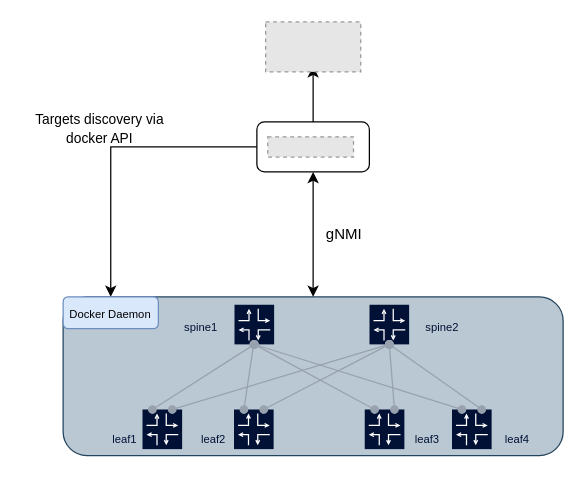
Earlier version of the draw.io diagram page "2.single_kafka" (2 of 5) of diagrams/clab_deployments.drawio (karimra/gnmic). Source tidied: cells renumbered, new cells numbered last; positions are measured from the earlier drawing's top-left corner, leaving out a move shared by most shapes. Both pictures are drawn from the tidied source at 125%, with x=0, y=0 at pixel (21, 21). Pictures stored in the file or linked from it are replaced by grey dashed boxes.
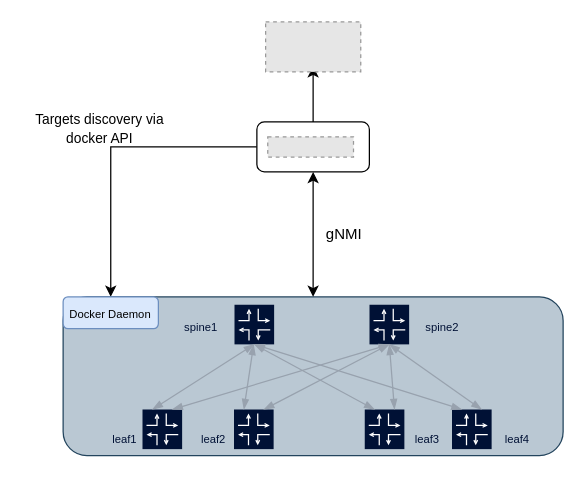
After the change.

Unchanged cells that the change refers to:
```xml
<mxCell id="8" style="group;" parent="1" vertex="1">
  <mxGeometry x="33" y="220" width="400" height="127" as="geometry" />
</mxCell>
<mxCell id="12" style="whiteSpace=wrap;html=1;fillColor=#001135;strokeColor=none;fontFamily=Manrope;" parent="11" vertex="1">
  <mxGeometry width="31.7" height="31.7" as="geometry" />
</mxCell>
<mxCell id="20" style="whiteSpace=wrap;html=1;fillColor=#001135;strokeColor=none;fontFamily=Manrope;" parent="19" vertex="1">
  <mxGeometry width="31.7" height="31.7" as="geometry" />
</mxCell>
<mxCell id="29" style="whiteSpace=wrap;html=1;fillColor=#001135;strokeColor=none;fontFamily=Manrope;" parent="28" vertex="1">
  <mxGeometry width="31.7" height="31.7" as="geometry" />
</mxCell>
<mxCell id="37" style="whiteSpace=wrap;html=1;fillColor=#001135;strokeColor=none;fontFamily=Manrope;" parent="36" vertex="1">
  <mxGeometry width="31.7" height="31.7" as="geometry" />
</mxCell>
<mxCell id="47" style="whiteSpace=wrap;html=1;fillColor=#001135;strokeColor=none;fontFamily=Manrope;" parent="46" vertex="1">
  <mxGeometry width="31.7" height="31.7" as="geometry" />
</mxCell>
<mxCell id="55" style="whiteSpace=wrap;html=1;fillColor=#001135;strokeColor=none;fontFamily=Manrope;" parent="54" vertex="1">
  <mxGeometry width="31.7" height="31.7" as="geometry" />
</mxCell>
```

The edit, as a diff of the source:
```diff
@@
-    <mxCell id="34" style="rounded=0;jettySize=auto;html=1;fontFamily=Manrope;fontSize=12;fontColor=#FFFFFF;endArrow=oval;endFill=1;startArrow=oval;startFill=1;entryX=0.25;entryY=0;entryDx=0;entryDy=0;strokeColor=#98A2AE;" parent="8" edge="1" target="20">
+    <mxCell id="34" style="rounded=0;jettySize=auto;html=1;fontFamily=Manrope;fontSize=12;fontColor=#FFFFFF;endArrow=blockThin;endFill=1;startArrow=blockThin;startFill=1;entryX=0.25;entryY=0;entryDx=0;entryDy=0;strokeColor=#98A2AE;" parent="8" edge="1" target="20">
       <mxGeometry relative="1" as="geometry">
         <mxPoint x="152.4" y="38.1" as="sourcePoint" />
       </mxGeometry>
     </mxCell>
-    <mxCell id="35" style="rounded=0;jettySize=auto;html=1;fontFamily=Manrope;fontSize=12;fontColor=#FFFFFF;endArrow=oval;endFill=1;startArrow=oval;startFill=1;entryX=0.25;entryY=0;entryDx=0;entryDy=0;strokeColor=#98A2AE;endSize=6;startSize=6;exitX=0.5;exitY=1;exitDx=0;exitDy=0;" parent="8" edge="1" source="29" target="12">
+    <mxCell id="35" style="rounded=0;jettySize=auto;html=1;fontFamily=Manrope;fontSize=12;fontColor=#FFFFFF;endArrow=blockThin;endFill=1;startArrow=blockThin;startFill=1;entryX=0.25;entryY=0;entryDx=0;entryDy=0;strokeColor=#98A2AE;endSize=6;startSize=6;exitX=0.5;exitY=1;exitDx=0;exitDy=0;" parent="8" edge="1" source="29" target="12">
       <mxGeometry relative="1" as="geometry" />
     </mxCell>
@@
-    <mxCell id="43" style="rounded=0;jettySize=auto;html=1;fontFamily=Manrope;fontSize=12;fontColor=#FFFFFF;endArrow=oval;endFill=1;startArrow=oval;startFill=1;entryX=0.75;entryY=0;entryDx=0;entryDy=0;strokeColor=#98A2AE;endSize=6;startSize=6;exitX=0.5;exitY=1;exitDx=0;exitDy=0;" parent="8" edge="1" source="37" target="12">
+    <mxCell id="43" style="rounded=0;jettySize=auto;html=1;fontFamily=Manrope;fontSize=12;fontColor=#FFFFFF;endArrow=blockThin;endFill=1;startArrow=blockThin;startFill=1;entryX=0.75;entryY=0;entryDx=0;entryDy=0;strokeColor=#98A2AE;endSize=6;startSize=6;exitX=0.5;exitY=1;exitDx=0;exitDy=0;" parent="8" edge="1" source="37" target="12">
       <mxGeometry relative="1" as="geometry" />
     </mxCell>
-    <mxCell id="44" style="rounded=0;jettySize=auto;html=1;fontFamily=Manrope;fontSize=12;fontColor=#FFFFFF;endArrow=oval;endFill=1;startArrow=oval;startFill=1;entryX=0.75;entryY=0;entryDx=0;entryDy=0;exitX=0.5;exitY=1;exitDx=0;exitDy=0;strokeColor=#98A2AE;" parent="8" edge="1" source="37" target="20">
+    <mxCell id="44" style="rounded=0;jettySize=auto;html=1;fontFamily=Manrope;fontSize=12;fontColor=#FFFFFF;endArrow=blockThin;endFill=1;startArrow=blockThin;startFill=1;entryX=0.75;entryY=0;entryDx=0;entryDy=0;exitX=0.5;exitY=1;exitDx=0;exitDy=0;strokeColor=#98A2AE;" parent="8" edge="1" source="37" target="20">
       <mxGeometry relative="1" as="geometry" />
     </mxCell>
@@
-    <mxCell id="61" style="rounded=0;jettySize=auto;html=1;fontFamily=Manrope;fontSize=12;fontColor=#FFFFFF;endArrow=oval;endFill=1;startArrow=oval;startFill=1;entryX=0.25;entryY=0;entryDx=0;entryDy=0;strokeColor=#98A2AE;exitX=0.5;exitY=1;exitDx=0;exitDy=0;" parent="8" edge="1" source="29" target="55">
+    <mxCell id="61" style="rounded=0;jettySize=auto;html=1;fontFamily=Manrope;fontSize=12;fontColor=#FFFFFF;endArrow=blockThin;endFill=1;startArrow=blockThin;startFill=1;entryX=0.25;entryY=0;entryDx=0;entryDy=0;strokeColor=#98A2AE;exitX=0.5;exitY=1;exitDx=0;exitDy=0;" parent="8" edge="1" source="29" target="55">
       <mxGeometry relative="1" as="geometry" />
     </mxCell>
-    <mxCell id="62" style="rounded=0;jettySize=auto;html=1;fontFamily=Manrope;fontSize=12;fontColor=#FFFFFF;endArrow=oval;endFill=1;startArrow=oval;startFill=1;entryX=0.25;entryY=0;entryDx=0;entryDy=0;strokeColor=#98A2AE;endSize=6;startSize=6;exitX=0.5;exitY=1;exitDx=0;exitDy=0;" parent="8" edge="1" source="29" target="47">
+    <mxCell id="62" style="rounded=0;jettySize=auto;html=1;fontFamily=Manrope;fontSize=12;fontColor=#FFFFFF;endArrow=blockThin;endFill=1;startArrow=blockThin;startFill=1;entryX=0.25;entryY=0;entryDx=0;entryDy=0;strokeColor=#98A2AE;endSize=6;startSize=6;exitX=0.5;exitY=1;exitDx=0;exitDy=0;" parent="8" edge="1" source="29" target="47">
       <mxGeometry relative="1" as="geometry" />
     </mxCell>
-    <mxCell id="63" style="rounded=0;jettySize=auto;html=1;fontFamily=Manrope;fontSize=12;fontColor=#FFFFFF;endArrow=oval;endFill=1;startArrow=oval;startFill=1;entryX=0.75;entryY=0;entryDx=0;entryDy=0;strokeColor=#98A2AE;endSize=6;startSize=6;exitX=0.5;exitY=1;exitDx=0;exitDy=0;" parent="8" edge="1" source="37" target="47">
+    <mxCell id="63" style="rounded=0;jettySize=auto;html=1;fontFamily=Manrope;fontSize=12;fontColor=#FFFFFF;endArrow=blockThin;endFill=1;startArrow=blockThin;startFill=1;entryX=0.75;entryY=0;entryDx=0;entryDy=0;strokeColor=#98A2AE;endSize=6;startSize=6;exitX=0.5;exitY=1;exitDx=0;exitDy=0;" parent="8" edge="1" source="37" target="47">
       <mxGeometry relative="1" as="geometry" />
     </mxCell>
-    <mxCell id="64" style="rounded=0;jettySize=auto;html=1;fontFamily=Manrope;fontSize=12;fontColor=#FFFFFF;endArrow=oval;endFill=1;startArrow=oval;startFill=1;entryX=0.75;entryY=0;entryDx=0;entryDy=0;exitX=0.5;exitY=1;exitDx=0;exitDy=0;strokeColor=#98A2AE;" parent="8" edge="1" source="37" target="55">
+    <mxCell id="64" style="rounded=0;jettySize=auto;html=1;fontFamily=Manrope;fontSize=12;fontColor=#FFFFFF;endArrow=blockThin;endFill=1;startArrow=blockThin;startFill=1;entryX=0.75;entryY=0;entryDx=0;entryDy=0;exitX=0.5;exitY=1;exitDx=0;exitDy=0;strokeColor=#98A2AE;" parent="8" edge="1" source="37" target="55">
       <mxGeometry relative="1" as="geometry" />
     </mxCell>
```
